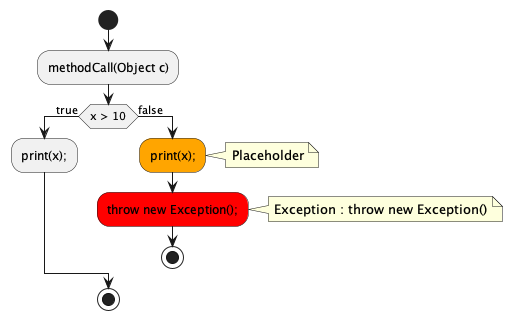
chunga7879/ProgramAnalysis keeps this PlantUML diagram as src/test/java/visualization/outputs/ThrowStatement.png. Above is the earlier version.
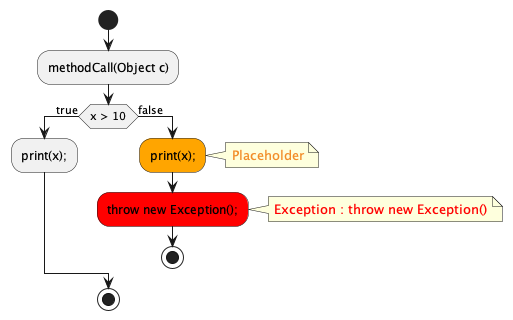
Above is the later version.

The edit, as a diff of the source:
```diff
@@ -5,9 +5,13 @@
 :print(x);;
 else (false)
 #Orange:print(x);;
-note right:Placeholder
+note right
+<FONT COLOR=#F28C28>Placeholder</FONT>
+endnote
 #Red:throw new Exception();;
-note right:Exception : throw new Exception()
+note right
+<FONT COLOR=#FF0000>Exception : throw new Exception()</FONT>
+endnote
 stop
 endif
 stop
```
